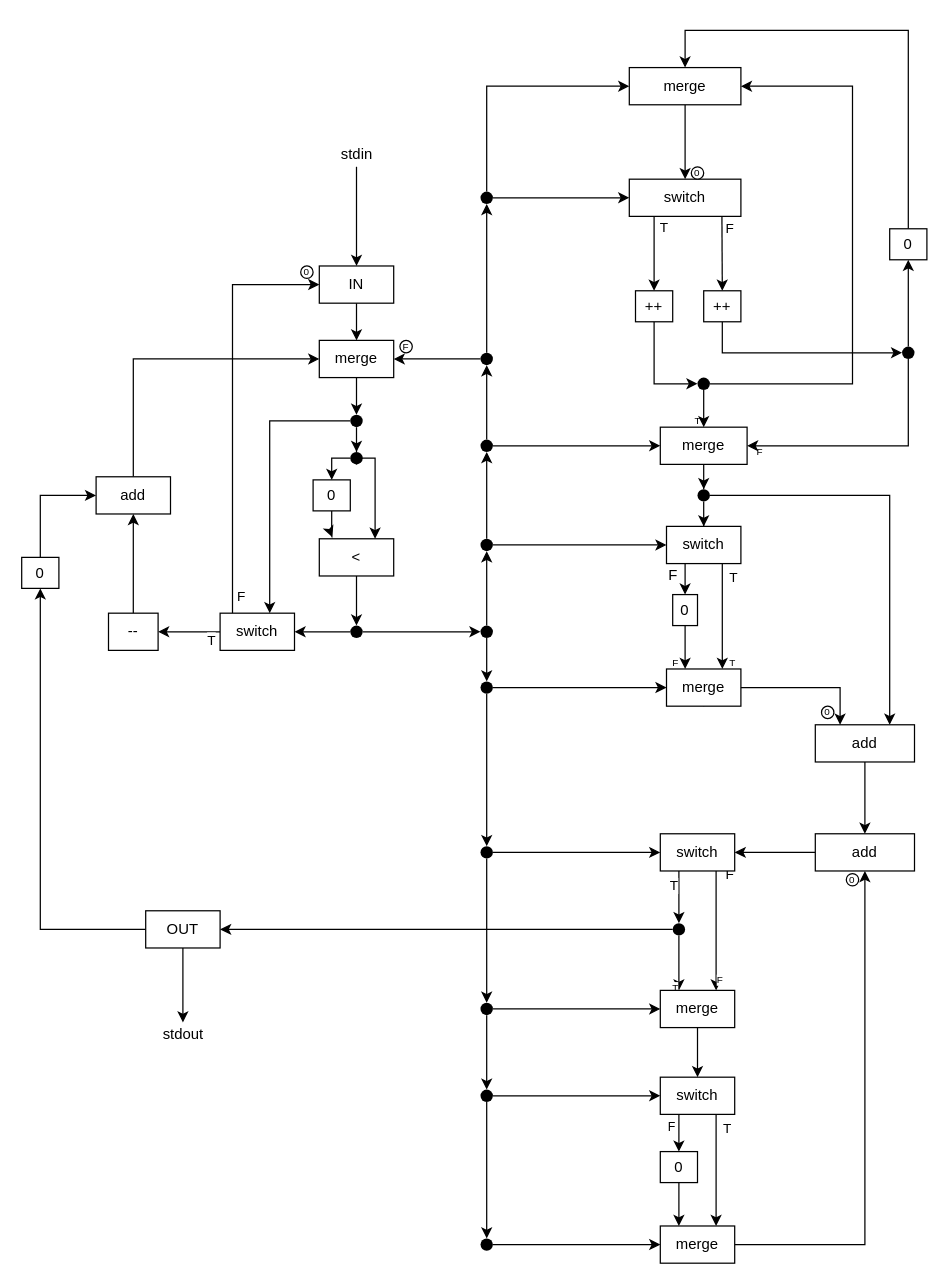
dezhic/Dataflow keeps this draw.io diagram as Dataflow3.drawio. Above is the earlier version. Source tidied: cells renumbered, new cells numbered last; positions are measured from the earlier drawing's top-left corner, leaving out a move shared by most shapes. Both pictures are drawn from the tidied source at 124%, with x=0, y=0 at pixel (21, 30).
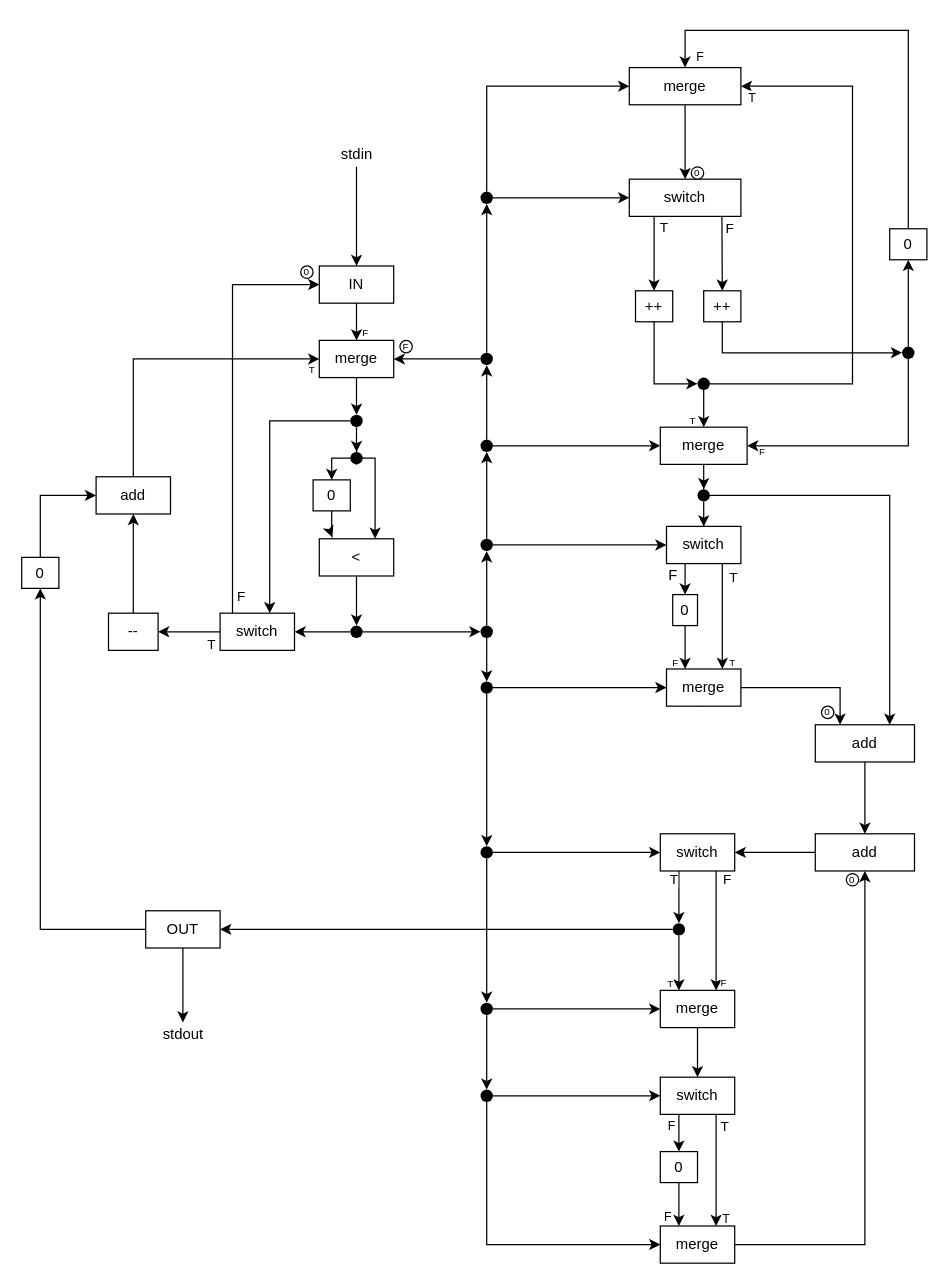
The same page after the edit.

The change refers to these unchanged cells:
```xml
<mxCell id="13" style="edgeStyle=orthogonalEdgeStyle;rounded=0;jettySize=auto;html=1;" parent="1" edge="1" source="15" target="17">
  <mxGeometry relative="1" as="geometry" />
</mxCell>
<mxCell id="29" style="edgeStyle=orthogonalEdgeStyle;rounded=0;jettySize=auto;html=1;entryX=1;entryY=0.5;entryDx=0;entryDy=0;" parent="1" edge="1" source="31" target="104">
  <mxGeometry relative="1" as="geometry">
    <Array as="points">
      <mxPoint x="670" y="285" />
      <mxPoint x="670" y="45" />
    </Array>
  </mxGeometry>
</mxCell>
<mxCell id="46" style="edgeStyle=orthogonalEdgeStyle;rounded=0;jettySize=auto;html=1;entryX=0.75;entryY=0;entryDx=0;entryDy=0;" parent="1" edge="1" source="50" target="128">
  <mxGeometry relative="1" as="geometry">
    <Array as="points">
      <mxPoint x="560" y="919.2" />
      <mxPoint x="560" y="919.2" />
    </Array>
  </mxGeometry>
</mxCell>
<mxCell id="48" style="edgeStyle=orthogonalEdgeStyle;rounded=0;jettySize=auto;html=1;exitX=0.25;exitY=1;exitDx=0;exitDy=0;entryX=0.5;entryY=0;entryDx=0;entryDy=0;fontSize=8;" parent="1" edge="1" source="50" target="52">
  <mxGeometry relative="1" as="geometry">
    <Array as="points">
      <mxPoint x="530" y="884.2" />
      <mxPoint x="530" y="884.2" />
    </Array>
  </mxGeometry>
</mxCell>
<mxCell id="61" style="edgeStyle=orthogonalEdgeStyle;rounded=0;jettySize=auto;html=1;exitX=0.5;exitY=0;exitDx=0;exitDy=0;entryX=0.5;entryY=0;entryDx=0;entryDy=0;" parent="1" edge="1" source="62" target="104">
  <mxGeometry relative="1" as="geometry">
    <Array as="points">
      <mxPoint x="715" />
      <mxPoint x="535" />
    </Array>
  </mxGeometry>
</mxCell>
<mxCell id="63" style="edgeStyle=orthogonalEdgeStyle;rounded=0;jettySize=auto;html=1;entryX=0.5;entryY=0;entryDx=0;entryDy=0;exitX=0.25;exitY=1;exitDx=0;exitDy=0;" parent="1" edge="1" source="68" target="72">
  <mxGeometry relative="1" as="geometry" />
</mxCell>
<mxCell id="65" style="edgeStyle=orthogonalEdgeStyle;rounded=0;jettySize=auto;html=1;exitX=0.75;exitY=1;exitDx=0;exitDy=0;entryX=0.75;entryY=0;entryDx=0;entryDy=0;" parent="1" edge="1" source="68" target="123">
  <mxGeometry relative="1" as="geometry" />
</mxCell>
<mxCell id="70" style="edgeStyle=orthogonalEdgeStyle;rounded=0;jettySize=auto;html=1;entryX=0.25;entryY=0;entryDx=0;entryDy=0;" parent="1" edge="1" source="72" target="123">
  <mxGeometry relative="1" as="geometry" />
</mxCell>
<mxCell id="125" style="ellipse;fillColor=#000000;strokeColor=none;" parent="1" vertex="1">
  <mxGeometry x="370" y="854.2" width="10" height="10" as="geometry" />
</mxCell>
<mxCell id="128" value="merge" style="rounded=0;whiteSpace=wrap;html=1;" parent="1" vertex="1">
  <mxGeometry x="515" y="964.2" width="60" height="30" as="geometry" />
</mxCell>
```

Diff of the diagram source:
```diff
@@
     <mxCell id="14" value="T" style="edgeLabel;html=1;align=center;verticalAlign=middle;" parent="13" vertex="1">
       <mxGeometry x="-0.71" y="-3" relative="1" as="geometry">
-        <mxPoint x="-1" y="9" as="offset" />
+        <mxPoint x="-1" y="12" as="offset" />
       </mxGeometry>
     </mxCell>
@@
+    <mxCell id="132" value="&lt;font style=&quot;font-size: 10px&quot;&gt;T&lt;/font&gt;" style="edgeLabel;html=1;align=center;verticalAlign=middle;fontSize=8;" parent="29" vertex="1">
+      <mxGeometry x="0.97" y="4" relative="1" as="geometry">
+        <mxPoint x="1" y="4" as="offset" />
+      </mxGeometry>
+    </mxCell>
@@
     <mxCell id="47" value="T" style="edgeLabel;html=1;align=center;verticalAlign=middle;" parent="46" vertex="1">
       <mxGeometry x="-0.81" relative="1" as="geometry">
-        <mxPoint x="8" y="2" as="offset" />
+        <mxPoint x="6" as="offset" />
       </mxGeometry>
     </mxCell>
@@
     <mxCell id="49" value="&lt;font style=&quot;font-size: 10px&quot;&gt;F&lt;/font&gt;" style="edgeLabel;html=1;align=center;verticalAlign=middle;fontSize=8;" parent="48" vertex="1">
       <mxGeometry x="-0.62" y="8" relative="1" as="geometry">
-        <mxPoint x="-15" y="3.3" as="offset" />
+        <mxPoint x="-15" y="2.3" as="offset" />
       </mxGeometry>
     </mxCell>
@@
+    <mxCell id="133" value="&lt;font style=&quot;font-size: 10px&quot;&gt;F&lt;/font&gt;" style="edgeLabel;html=1;align=center;verticalAlign=middle;fontSize=8;" parent="61" vertex="1">
+      <mxGeometry x="0.77" y="-1" relative="1" as="geometry">
+        <mxPoint x="-2" y="21" as="offset" />
+      </mxGeometry>
+    </mxCell>
@@
     <mxCell id="64" value="T" style="edgeLabel;html=1;align=center;verticalAlign=middle;" parent="63" vertex="1">
       <mxGeometry x="-0.74" y="-6" relative="1" as="geometry">
-        <mxPoint x="1" y="6.5" as="offset" />
+        <mxPoint x="1" y="1.5" as="offset" />
       </mxGeometry>
     </mxCell>
@@
     <mxCell id="66" value="F" style="edgeLabel;html=1;align=center;verticalAlign=middle;" parent="65" vertex="1">
       <mxGeometry x="-0.71" y="-4" relative="1" as="geometry">
-        <mxPoint x="14" y="-11.3" as="offset" />
+        <mxPoint x="12" y="-7.3" as="offset" />
       </mxGeometry>
     </mxCell>
     <mxCell id="67" value="F" style="edgeLabel;html=1;align=center;verticalAlign=middle;fontSize=8;" parent="65" vertex="1">
       <mxGeometry x="0.84" y="-2" relative="1" as="geometry">
-        <mxPoint x="4" y="-1" as="offset" />
+        <mxPoint x="7" y="1" as="offset" />
       </mxGeometry>
     </mxCell>
@@
     <mxCell id="71" value="T" style="edgeLabel;html=1;align=center;verticalAlign=middle;fontSize=8;" parent="70" vertex="1">
       <mxGeometry x="0.82" y="1" relative="1" as="geometry">
-        <mxPoint x="-5" y="1" as="offset" />
+        <mxPoint x="-9" y="-2" as="offset" />
       </mxGeometry>
     </mxCell>
@@
-    <mxCell id="95" style="edgeStyle=orthogonalEdgeStyle;rounded=0;jettySize=auto;html=1;entryX=0.5;entryY=0;entryDx=0;entryDy=0;fontSize=8;" parent="1" edge="1" source="125" target="99">
-      <mxGeometry relative="1" as="geometry" />
+    <mxCell id="95" style="edgeStyle=orthogonalEdgeStyle;rounded=0;jettySize=auto;html=1;entryX=0;entryY=0.5;entryDx=0;entryDy=0;fontSize=8;exitX=0.5;exitY=1;exitDx=0;exitDy=0;" parent="1" edge="1" source="125" target="128">
+      <mxGeometry relative="1" as="geometry">
+        <Array as="points">
+          <mxPoint x="375" y="979" />
+        </Array>
+      </mxGeometry>
     </mxCell>
@@
-    <mxCell id="98" style="edgeStyle=orthogonalEdgeStyle;rounded=0;jettySize=auto;html=1;fontSize=8;" parent="1" edge="1" source="99" target="128">
-      <mxGeometry relative="1" as="geometry" />
-    </mxCell>
-    <mxCell id="99" style="ellipse;fillColor=#000000;strokeColor=none;" parent="1" vertex="1">
-      <mxGeometry x="370" y="974.2" width="10" height="10" as="geometry" />
-    </mxCell>
@@
     <mxCell id="113" value="T" style="text;html=1;align=center;verticalAlign=middle;fontSize=8;" parent="1" vertex="1">
-      <mxGeometry x="535" y="305" width="20" height="20" as="geometry" />
+      <mxGeometry x="531" y="305" width="20" height="20" as="geometry" />
     </mxCell>
     <mxCell id="114" value="F" style="text;html=1;align=center;verticalAlign=middle;fontSize=8;" parent="1" vertex="1">
-      <mxGeometry x="585" y="330" width="20" height="20" as="geometry" />
+      <mxGeometry x="587" y="330" width="20" height="20" as="geometry" />
     </mxCell>
@@
+    <mxCell id="134" value="F" style="text;html=1;align=center;verticalAlign=middle;fontSize=8;" parent="1" vertex="1">
+      <mxGeometry x="267" y="234" width="20" height="20" as="geometry" />
+    </mxCell>
+    <mxCell id="135" value="T" style="text;html=1;align=center;verticalAlign=middle;fontSize=8;" parent="1" vertex="1">
+      <mxGeometry x="224" y="264" width="20" height="20" as="geometry" />
+    </mxCell>
+    <mxCell id="136" value="&lt;font style=&quot;font-size: 10px&quot;&gt;F&lt;/font&gt;" style="text;html=1;align=center;verticalAlign=middle;fontSize=8;" parent="1" vertex="1">
+      <mxGeometry x="511" y="947" width="20" height="20" as="geometry" />
+    </mxCell>
+    <mxCell id="137" value="&lt;font style=&quot;font-size: 10px&quot;&gt;T&lt;/font&gt;" style="text;html=1;align=center;verticalAlign=middle;fontSize=8;" parent="1" vertex="1">
+      <mxGeometry x="558" y="948" width="20" height="20" as="geometry" />
+    </mxCell>
```
